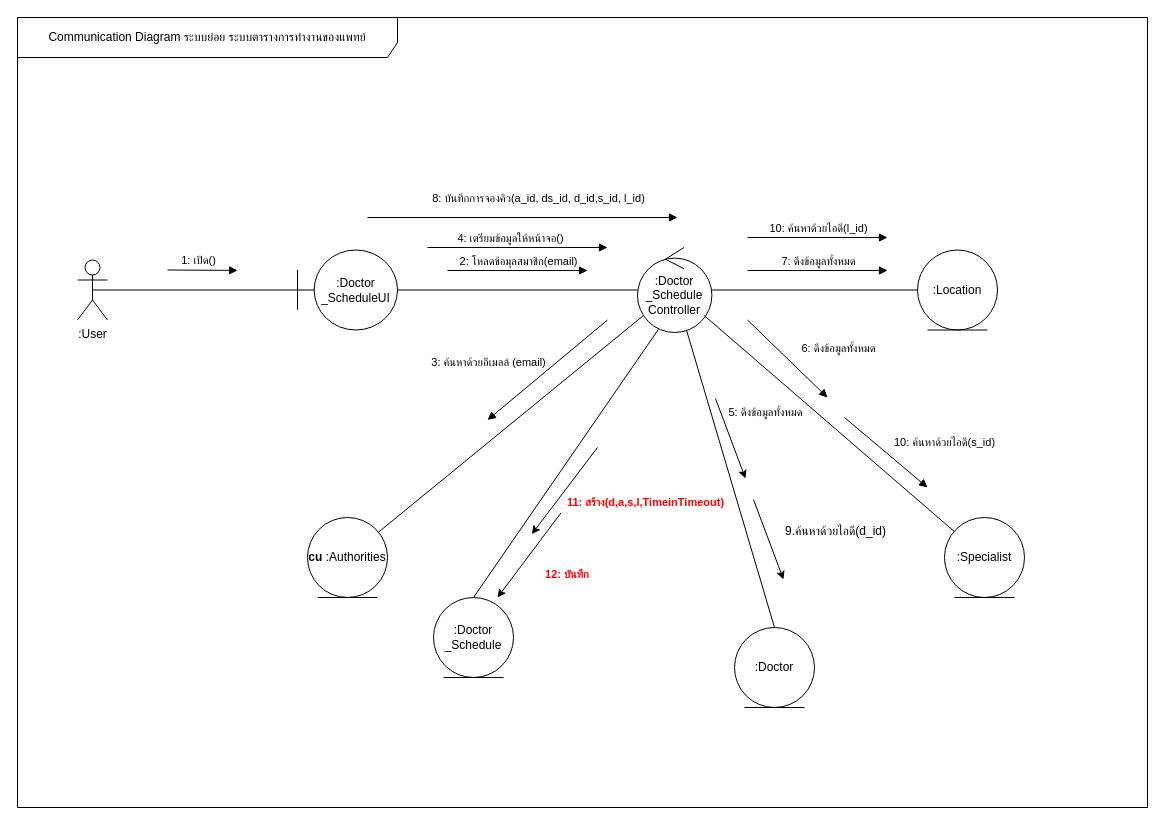
This is page "communication" (9 of 9) of ระบบนัดหมาย.drawio from nunpromporn/DoctorSchedule, a draw.io file, before an edit. Source tidied: cells renumbered, new cells numbered last; positions are measured from the earlier drawing's top-left corner, leaving out a move shared by most shapes. Both pictures are drawn from the tidied source at 100%, with x=0, y=0 at pixel (17, 17).
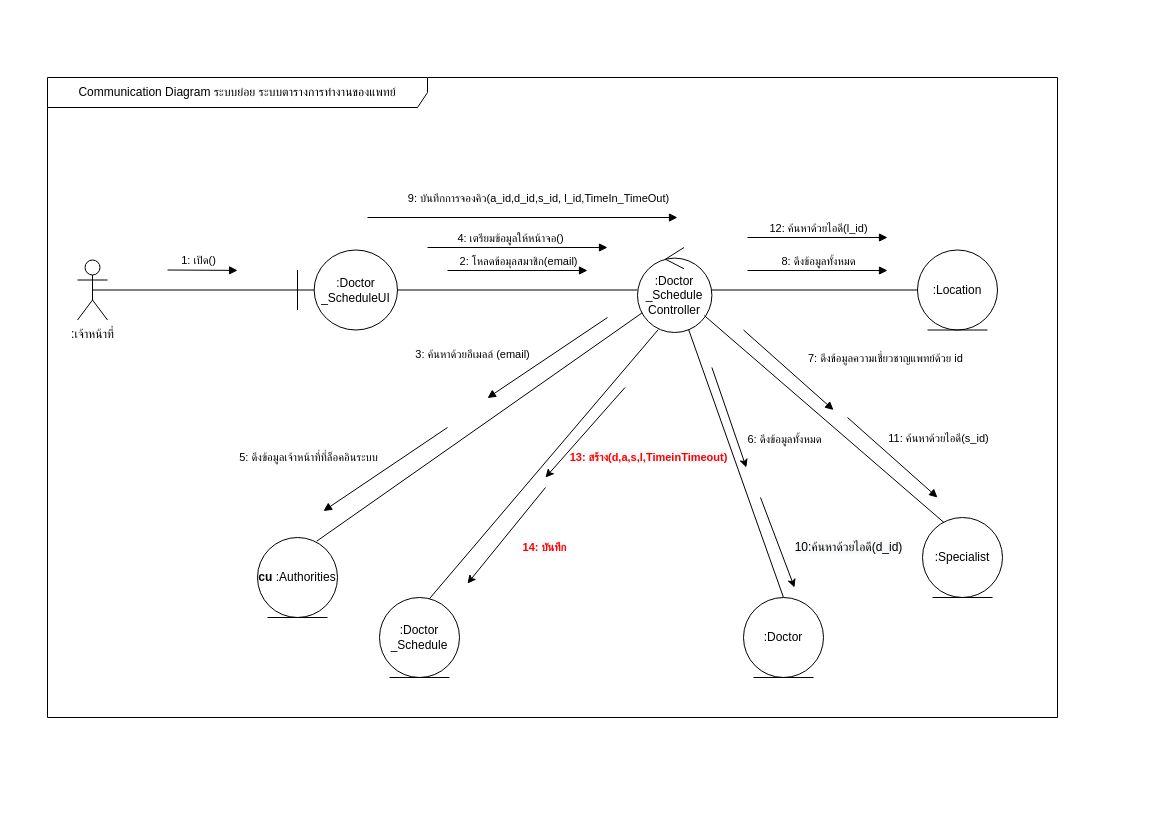
The same page after the edit.

The change refers to these unchanged cells:
```xml
<mxCell id="7" value=":Doctor&lt;br&gt;_Schedule&lt;br&gt;Controller" style="ellipse;shape=umlControl;whiteSpace=wrap;html=1;" parent="1" vertex="1">
  <mxGeometry x="620" y="230" width="74.4" height="85" as="geometry" />
</mxCell>
<mxCell id="22" style="endArrow=block;html=1;rounded=0;endFill=1;" parent="1" edge="1">
  <mxGeometry relative="1" as="geometry">
    <mxPoint x="350" y="200" as="sourcePoint" />
    <mxPoint x="660" y="200" as="targetPoint" />
  </mxGeometry>
</mxCell>
<mxCell id="26" style="endArrow=block;html=1;rounded=0;endFill=1;" parent="1" edge="1">
  <mxGeometry relative="1" as="geometry">
    <mxPoint x="730" y="253" as="sourcePoint" />
    <mxPoint x="870" y="253" as="targetPoint" />
  </mxGeometry>
</mxCell>
<mxCell id="33" style="endArrow=block;html=1;rounded=0;endFill=1;" parent="1" edge="1">
  <mxGeometry relative="1" as="geometry">
    <mxPoint x="730" y="220" as="sourcePoint" />
    <mxPoint x="870" y="220" as="targetPoint" />
  </mxGeometry>
</mxCell>
```

The edit, as a diff of the source:
```diff
@@
-    <mxCell id="2" value="Communication Diagram ระบบย่อย ระบบตารางการทำงานของแพทย์" style="shape=umlFrame;whiteSpace=wrap;html=1;width=380;height=40;" parent="1" vertex="1">
-      <mxGeometry width="1130" height="790" as="geometry" />
+    <mxCell id="2" value="Communication Diagram ระบบย่อย ระบบตารางการทำงานของแพทย์" style="shape=umlFrame;whiteSpace=wrap;html=1;fontSize=12;width=380;height=30;" parent="1" vertex="1">
+      <mxGeometry x="30" y="60" width="1010" height="640" as="geometry" />
     </mxCell>
@@
-    <mxCell id="5" style="rounded=0;jettySize=auto;html=1;endArrow=none;endFill=0;" parent="1" edge="1" source="6" target="7">
+    <mxCell id="5" style="rounded=0;jettySize=auto;html=1;endArrow=none;endFill=0;exitX=0.74;exitY=0.046;exitDx=0;exitDy=0;exitPerimeter=0;" parent="1" edge="1" source="6" target="7">
       <mxGeometry relative="1" as="geometry" />
     </mxCell>
     <mxCell id="6" value="&lt;b&gt;cu &lt;/b&gt;:Authorities" style="ellipse;shape=umlEntity;whiteSpace=wrap;html=1;" parent="1" vertex="1">
-      <mxGeometry x="290" y="500" width="80" height="80" as="geometry" />
+      <mxGeometry x="240" y="520" width="80" height="80" as="geometry" />
     </mxCell>
@@
-    <mxCell id="8" value=":User" style="shape=umlActor;verticalLabelPosition=bottom;verticalAlign=top;html=1;" parent="1" vertex="1">
+    <mxCell id="8" value=":เจ้าหน้าที่" style="shape=umlActor;verticalLabelPosition=bottom;verticalAlign=top;html=1;" parent="1" vertex="1">
       <mxGeometry x="60" y="242.5" width="30" height="60" as="geometry" />
     </mxCell>
@@
     <mxCell id="13" value=":Doctor" style="ellipse;shape=umlEntity;whiteSpace=wrap;html=1;" parent="1" vertex="1">
-      <mxGeometry x="717" y="610" width="80" height="80" as="geometry" />
+      <mxGeometry x="726" y="580" width="80" height="80" as="geometry" />
     </mxCell>
@@
-    <mxCell id="16" style="edgeStyle=none;rounded=0;jettySize=auto;html=1;endArrow=none;endFill=0;" parent="1" edge="1" source="17" target="7">
+    <mxCell id="16" style="edgeStyle=none;rounded=0;jettySize=auto;html=1;endArrow=none;endFill=0;exitX=0.272;exitY=0.066;exitDx=0;exitDy=0;exitPerimeter=0;" parent="1" edge="1" source="17" target="7">
       <mxGeometry relative="1" as="geometry" />
     </mxCell>
     <mxCell id="17" value=":Specialist" style="ellipse;shape=umlEntity;whiteSpace=wrap;html=1;" parent="1" vertex="1">
-      <mxGeometry x="927" y="500" width="80" height="80" as="geometry" />
+      <mxGeometry x="905" y="500" width="80" height="80" as="geometry" />
     </mxCell>
@@
-    <mxCell id="23" value="8: บันทึกการจองคิว(a_id, ds_id, d_id,s_id, l_id)" style="edgeLabel;html=1;align=center;verticalAlign=middle;" parent="22" vertex="1">
+    <mxCell id="23" value="9: บันทึกการจองคิว(a_id,d_id,s_id, l_id,TimeIn_TimeOut)" style="edgeLabel;html=1;align=center;verticalAlign=middle;" parent="22" vertex="1">
       <mxGeometry x="-0.4" y="1" relative="1" as="geometry">
         <mxPoint x="77" y="-19" as="offset" />
       </mxGeometry>
     </mxCell>
     <mxCell id="24" style="endArrow=none;html=1;rounded=0;endFill=0;startArrow=block;startFill=1;" parent="1" edge="1">
       <mxGeometry relative="1" as="geometry">
-        <mxPoint x="470" y="402.5" as="sourcePoint" />
-        <mxPoint x="590" y="302.5" as="targetPoint" />
+        <mxPoint x="470" y="380.5" as="sourcePoint" />
+        <mxPoint x="590" y="300" as="targetPoint" />
       </mxGeometry>
     </mxCell>
     <mxCell id="25" value="3: ค้นหาด้วยอีเมลล์ (email)" style="edgeLabel;html=1;align=center;verticalAlign=middle;" parent="24" vertex="1">
       <mxGeometry x="0.18" y="-1" relative="1" as="geometry">
-        <mxPoint x="-71" as="offset" />
+        <mxPoint x="-87" y="3" as="offset" />
       </mxGeometry>
     </mxCell>
+    <mxCell id="44" value="5: ดึงข้อมูลเจ้าหน้าที่ที่ล็อคอินระบบ" style="edgeLabel;html=1;align=center;verticalAlign=middle;" parent="24" vertex="1">
+      <mxGeometry x="0.18" y="-1" relative="1" as="geometry">
+        <mxPoint x="-251" y="106" as="offset" />
+      </mxGeometry>
+    </mxCell>
+    <mxCell id="45" value="&lt;b style=&quot;background-color: rgb(248, 249, 250);&quot;&gt;&lt;font color=&quot;#ff0000&quot;&gt;13: สร้าง(d,a,s,l,TimeinTimeout&lt;/font&gt;&lt;/b&gt;&lt;b style=&quot;background-color: rgb(248, 249, 250);&quot;&gt;&lt;font color=&quot;#ff0000&quot;&gt;)&lt;/font&gt;&lt;/b&gt;" style="edgeLabel;html=1;align=center;verticalAlign=middle;" parent="24" vertex="1">
+      <mxGeometry x="0.18" y="-1" relative="1" as="geometry">
+        <mxPoint x="89" y="106" as="offset" />
+      </mxGeometry>
+    </mxCell>
+    <mxCell id="46" value="&lt;b style=&quot;background-color: rgb(248, 249, 250);&quot;&gt;&lt;font color=&quot;#ff0000&quot;&gt;14: บันทึก&lt;/font&gt;&lt;/b&gt;" style="edgeLabel;html=1;align=center;verticalAlign=middle;" parent="24" vertex="1">
+      <mxGeometry x="0.18" y="-1" relative="1" as="geometry">
+        <mxPoint x="-15" y="196" as="offset" />
+      </mxGeometry>
+    </mxCell>
+    <mxCell id="47" value="&lt;span style=&quot;font-size: 12px; background-color: rgb(248, 249, 250);&quot;&gt;10:ค้นหาด้วยไอดี(d_id)&lt;/span&gt;" style="edgeLabel;html=1;align=center;verticalAlign=middle;" parent="24" vertex="1">
+      <mxGeometry x="0.18" y="-1" relative="1" as="geometry">
+        <mxPoint x="289" y="196" as="offset" />
+      </mxGeometry>
+    </mxCell>
@@
-    <mxCell id="27" value="7: ดึงข้อมูลทั้งหมด" style="edgeLabel;html=1;align=center;verticalAlign=middle;" parent="26" vertex="1">
+    <mxCell id="27" value="8: ดึงข้อมูลทั้งหมด" style="edgeLabel;html=1;align=center;verticalAlign=middle;" parent="26" vertex="1">
       <mxGeometry x="-0.4" y="1" relative="1" as="geometry">
         <mxPoint x="28" y="-9" as="offset" />
       </mxGeometry>
     </mxCell>
     <mxCell id="28" style="endArrow=none;html=1;rounded=0;endFill=0;startArrow=block;startFill=1;" parent="1" edge="1">
       <mxGeometry relative="1" as="geometry">
-        <mxPoint x="810" y="380" as="sourcePoint" />
-        <mxPoint x="730" y="302.5" as="targetPoint" />
+        <mxPoint x="816" y="392.5" as="sourcePoint" />
+        <mxPoint x="726" y="312.5" as="targetPoint" />
       </mxGeometry>
     </mxCell>
-    <mxCell id="29" value="6: ดึงข้อมูลทั้งหมด" style="edgeLabel;html=1;align=center;verticalAlign=middle;" parent="28" vertex="1">
+    <mxCell id="29" value="7: ดึงข้อมูลความเชี่ยวชาญแพทย์ด้วย id&amp;nbsp;&amp;nbsp;" style="edgeLabel;html=1;align=center;verticalAlign=middle;" parent="28" vertex="1">
       <mxGeometry x="0.18" y="-1" relative="1" as="geometry">
-        <mxPoint x="57" y="-3" as="offset" />
+        <mxPoint x="107" y="-4" as="offset" />
       </mxGeometry>
     </mxCell>
-    <mxCell id="30" value="5: ดึงข้อมูลทั้งหมด" style="edgeLabel;html=1;align=center;verticalAlign=middle;" parent="28" vertex="1">
+    <mxCell id="30" value="6: ดึงข้อมูลทั้งหมด" style="edgeLabel;html=1;align=center;verticalAlign=middle;" parent="28" vertex="1">
       <mxGeometry x="0.18" y="-1" relative="1" as="geometry">
-        <mxPoint x="-16" y="61" as="offset" />
+        <mxPoint x="3" y="77" as="offset" />
       </mxGeometry>
     </mxCell>
     <mxCell id="31" style="endArrow=none;html=1;rounded=0;endFill=0;startArrow=block;startFill=1;" parent="1" edge="1">
       <mxGeometry relative="1" as="geometry">
-        <mxPoint x="910" y="470" as="sourcePoint" />
-        <mxPoint x="827" y="400" as="targetPoint" />
+        <mxPoint x="920" y="480" as="sourcePoint" />
+        <mxPoint x="830" y="400" as="targetPoint" />
       </mxGeometry>
     </mxCell>
-    <mxCell id="32" value="10: ค้นหาด้วยไอดี(s_id)" style="edgeLabel;html=1;align=center;verticalAlign=middle;" parent="31" vertex="1">
+    <mxCell id="32" value="11: ค้นหาด้วยไอดี(s_id)" style="edgeLabel;html=1;align=center;verticalAlign=middle;" parent="31" vertex="1">
       <mxGeometry x="0.18" y="-1" relative="1" as="geometry">
-        <mxPoint x="65" y="-3" as="offset" />
+        <mxPoint x="53" y="-12" as="offset" />
       </mxGeometry>
     </mxCell>
@@
-    <mxCell id="34" value="10: ค้นหาด้วยไอดี(l_id)" style="edgeLabel;html=1;align=center;verticalAlign=middle;" parent="33" vertex="1">
+    <mxCell id="34" value="12: ค้นหาด้วยไอดี(l_id)" style="edgeLabel;html=1;align=center;verticalAlign=middle;" parent="33" vertex="1">
       <mxGeometry x="-0.4" y="1" relative="1" as="geometry">
         <mxPoint x="28" y="-9" as="offset" />
       </mxGeometry>
     </mxCell>
-    <mxCell id="35" style="edgeStyle=none;rounded=0;jettySize=auto;html=1;endArrow=none;endFill=0;entryX=0.28;entryY=0.965;entryDx=0;entryDy=0;entryPerimeter=0;exitX=0.5;exitY=0;exitDx=0;exitDy=0;" parent="1" edge="1" source="36" target="7">
+    <mxCell id="35" style="edgeStyle=none;rounded=0;jettySize=auto;html=1;endArrow=none;endFill=0;entryX=0.28;entryY=0.965;entryDx=0;entryDy=0;entryPerimeter=0;exitX=0.615;exitY=0.026;exitDx=0;exitDy=0;exitPerimeter=0;" parent="1" edge="1" source="36" target="7">
       <mxGeometry relative="1" as="geometry" />
     </mxCell>
     <mxCell id="36" value=":Doctor&lt;br&gt;_Schedule" style="ellipse;shape=umlEntity;whiteSpace=wrap;html=1;" parent="1" vertex="1">
-      <mxGeometry x="416" y="580" width="80" height="80" as="geometry" />
+      <mxGeometry x="362" y="580" width="80" height="80" as="geometry" />
     </mxCell>
-    <mxCell id="37" style="endArrow=classic;html=1;rounded=0;entryX=0.491;entryY=0.614;entryDx=0;entryDy=0;entryPerimeter=0;" parent="1" edge="1">
+    <mxCell id="37" style="endArrow=classic;html=1;rounded=0;" parent="1" edge="1">
       <mxGeometry relative="1" as="geometry">
-        <mxPoint x="580" y="430" as="sourcePoint" />
-        <mxPoint x="514.3" y="516.6" as="targetPoint" />
+        <mxPoint x="607.5" y="370" as="sourcePoint" />
+        <mxPoint x="528" y="460" as="targetPoint" />
       </mxGeometry>
     </mxCell>
-    <mxCell id="38" style="endArrow=classic;html=1;rounded=0;exitX=0.481;exitY=0.627;exitDx=0;exitDy=0;exitPerimeter=0;" parent="1" edge="1" source="2">
+    <mxCell id="38" style="endArrow=classic;html=1;rounded=0;" parent="1" edge="1">
       <mxGeometry relative="1" as="geometry">
-        <mxPoint x="480" y="580" as="targetPoint" />
+        <mxPoint x="528" y="470" as="sourcePoint" />
+        <mxPoint x="450" y="566" as="targetPoint" />
       </mxGeometry>
     </mxCell>
-    <mxCell id="39" value="&lt;b style=&quot;font-size: 11px;&quot;&gt;&lt;font color=&quot;#ff0000&quot;&gt;12: บันทึก&lt;/font&gt;&lt;/b&gt;" style="text;html=1;strokeColor=none;fillColor=none;align=center;verticalAlign=middle;whiteSpace=wrap;rounded=0;" parent="1" vertex="1">
-      <mxGeometry x="520" y="542" width="60" height="30" as="geometry" />
-    </mxCell>
-    <mxCell id="40" value="&lt;b style=&quot;font-size: 11px;&quot;&gt;&lt;font color=&quot;#ff0000&quot;&gt;11: สร้าง(d,a,s,l,TimeinTimeout&lt;/font&gt;&lt;/b&gt;&lt;b style=&quot;font-size: 11px;&quot;&gt;&lt;font color=&quot;#ff0000&quot;&gt;)&lt;/font&gt;&lt;/b&gt;" style="text;html=1;strokeColor=none;fillColor=none;align=center;verticalAlign=middle;whiteSpace=wrap;rounded=0;" parent="1" vertex="1">
-      <mxGeometry x="530" y="470" width="197" height="30" as="geometry" />
-    </mxCell>
     <mxCell id="41" style="endArrow=classic;html=1;rounded=0;exitX=0.787;exitY=0.723;exitDx=0;exitDy=0;exitPerimeter=0;" parent="1" edge="1">
       <mxGeometry relative="1" as="geometry">
-        <mxPoint x="736" y="482.1" as="sourcePoint" />
-        <mxPoint x="766" y="562" as="targetPoint" />
+        <mxPoint x="743" y="480" as="sourcePoint" />
+        <mxPoint x="777" y="570" as="targetPoint" />
       </mxGeometry>
     </mxCell>
-    <mxCell id="42" style="endArrow=classic;html=1;rounded=0;exitX=0.787;exitY=0.723;exitDx=0;exitDy=0;exitPerimeter=0;" parent="1" edge="1">
+    <mxCell id="42" style="endArrow=classic;html=1;rounded=0;" parent="1" edge="1">
       <mxGeometry relative="1" as="geometry">
-        <mxPoint x="698" y="381.1" as="sourcePoint" />
-        <mxPoint x="728" y="461" as="targetPoint" />
+        <mxPoint x="694.4" y="350" as="sourcePoint" />
+        <mxPoint x="728.8" y="450" as="targetPoint" />
       </mxGeometry>
     </mxCell>
-    <mxCell id="43" value="9.ค้นหาด้วยไอดี(d_id)" style="text;html=1;strokeColor=none;fillColor=none;align=center;verticalAlign=middle;whiteSpace=wrap;rounded=0;" parent="1" vertex="1">
-      <mxGeometry x="757" y="499" width="123" height="30" as="geometry" />
-    </mxCell>
+    <mxCell id="48" style="endArrow=none;html=1;rounded=0;endFill=0;startArrow=block;startFill=1;" parent="1" edge="1">
+      <mxGeometry relative="1" as="geometry">
+        <mxPoint x="306" y="493.5" as="sourcePoint" />
+        <mxPoint x="430" y="410" as="targetPoint" />
+      </mxGeometry>
+    </mxCell>
+    <mxCell id="49" style="edgeStyle=orthogonalEdgeStyle;rounded=1;orthogonalLoop=1;jettySize=auto;html=1;exitX=0.5;exitY=1;exitDx=0;exitDy=0;fontSize=12;" parent="1" edge="1">
+      <mxGeometry relative="1" as="geometry">
+        <mxPoint x="520" y="559" as="sourcePoint" />
+        <mxPoint x="520" y="559" as="targetPoint" />
+      </mxGeometry>
+    </mxCell>
```
